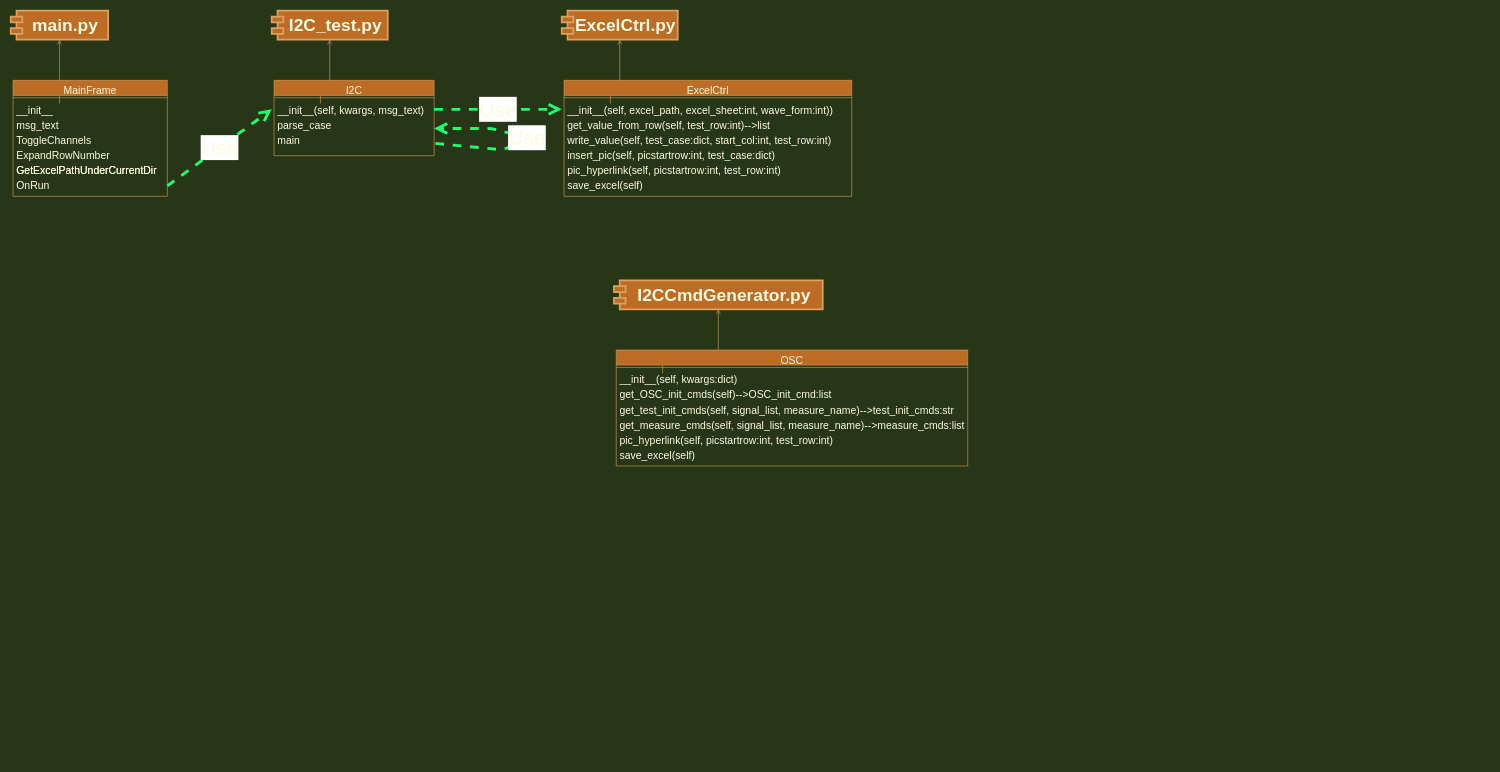
Earlier version of the draw.io diagram I2C.drawio (ld269440877/Diagram). Source tidied: cells renumbered, new cells numbered last; positions are measured from the earlier drawing's top-left corner, leaving out a move shared by most shapes. Both pictures are drawn from the tidied source at 58%, with x=0, y=0 at pixel (10, 10).
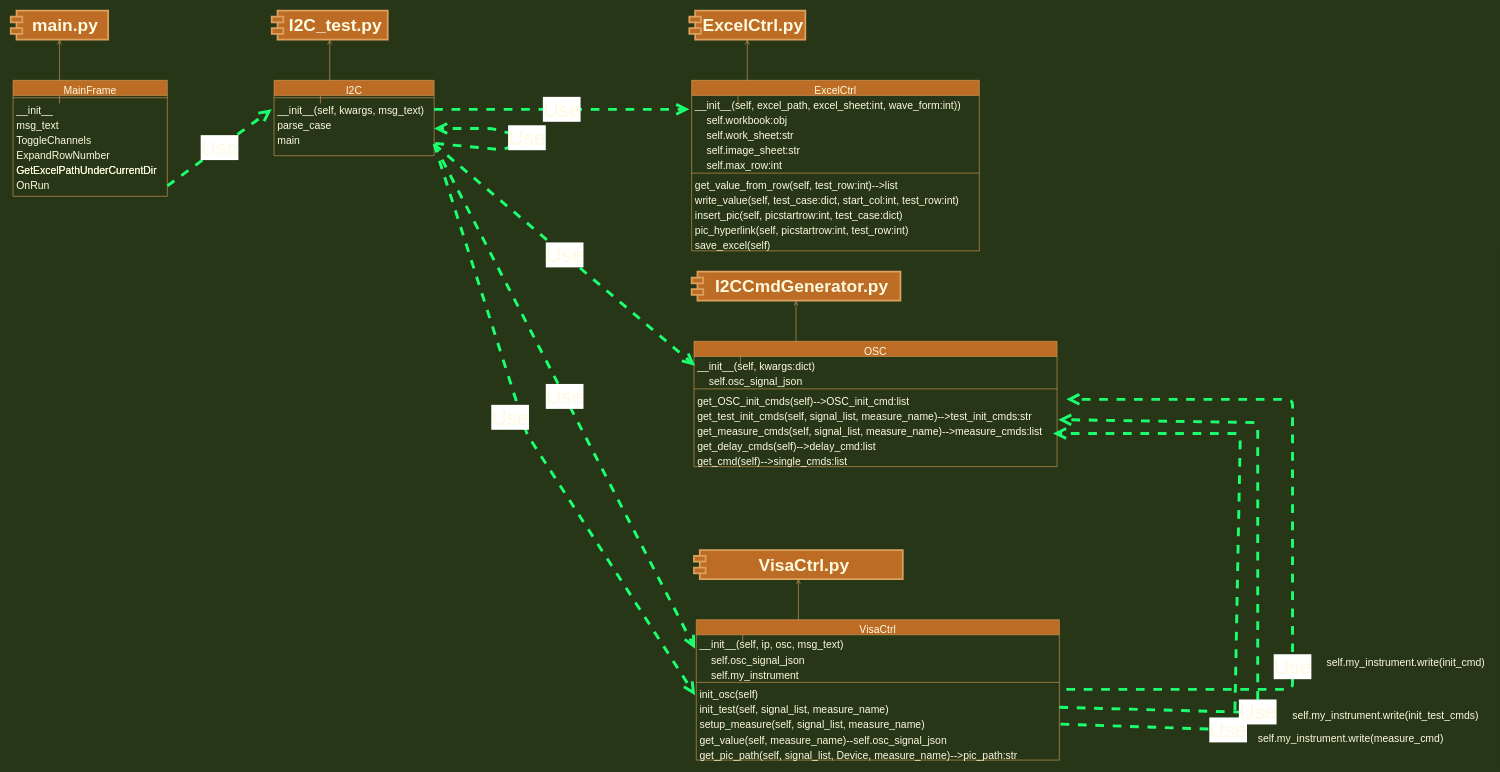
Above is the later version.

Diff of the diagram source:
```diff
@@
     <mxCell id="21" value="ExcelCtrl.py" style="shape=module;align=left;spacingLeft=20;align=center;verticalAlign=top;fillColor=#BC6C25;strokeColor=#DDA15E;fontColor=#FEFAE0;strokeWidth=3;fontStyle=1;fontSize=30;" parent="1" vertex="1">
-      <mxGeometry x="950" width="200" height="50" as="geometry" />
+      <mxGeometry x="1170" width="200" height="50" as="geometry" />
     </mxCell>
     <mxCell id="22" style="edgeStyle=orthogonalEdgeStyle;rounded=0;jettySize=auto;html=1;entryX=0.5;entryY=1;entryDx=0;entryDy=0;endArrow=open;endFill=0;labelBackgroundColor=#283618;strokeColor=#DDA15E;fontColor=#FEFAE0;" parent="1" edge="1" target="21">
       <mxGeometry relative="1" as="geometry">
-        <mxPoint x="1034" y="160" as="sourcePoint" />
+        <mxPoint x="1254" y="160" as="sourcePoint" />
         <Array as="points">
-          <mxPoint x="1034" y="130" />
+          <mxPoint x="1254" y="130" />
         </Array>
       </mxGeometry>
     </mxCell>
     <mxCell id="23" value="ExcelCtrl" style="swimlane;fontStyle=0;align=center;verticalAlign=top;horizontal=1;startSize=26;rounded=0;shadow=0;strokeWidth=1;fillColor=#BC6C25;strokeColor=#DDA15E;fontColor=#FEFAE0;fontSize=18;" parent="1" vertex="1">
-      <mxGeometry x="954" y="120" width="496" height="200" as="geometry" />
+      <mxGeometry x="1174" y="120" width="496" height="294" as="geometry" />
     </mxCell>
+    <mxCell id="25" value="__init__(self, excel_path, excel_sheet:int, wave_form:int))" style="text;align=left;verticalAlign=top;spacingLeft=4;spacingRight=4;overflow=hidden;fontStyle=0;fontColor=#FEFAE0;fontSize=18;" parent="23" vertex="1">
+      <mxGeometry y="26" width="496" height="26" as="geometry" />
+    </mxCell>
+    <mxCell id="43" value="    self.workbook:obj" style="text;align=left;verticalAlign=top;spacingLeft=4;spacingRight=4;overflow=hidden;fontStyle=0;fontColor=#FEFAE0;fontSize=18;" parent="23" vertex="1">
+      <mxGeometry y="52" width="496" height="26" as="geometry" />
+    </mxCell>
+    <mxCell id="44" value="    self.work_sheet:str" style="text;align=left;verticalAlign=top;spacingLeft=4;spacingRight=4;overflow=hidden;fontStyle=0;fontColor=#FEFAE0;fontSize=18;" parent="23" vertex="1">
+      <mxGeometry y="78" width="496" height="26" as="geometry" />
+    </mxCell>
+    <mxCell id="45" value="    self.image_sheet:str" style="text;align=left;verticalAlign=top;spacingLeft=4;spacingRight=4;overflow=hidden;fontStyle=0;fontColor=#FEFAE0;fontSize=18;" parent="23" vertex="1">
+      <mxGeometry y="104" width="496" height="26" as="geometry" />
+    </mxCell>
+    <mxCell id="46" value="    self.max_row:int" style="text;align=left;verticalAlign=top;spacingLeft=4;spacingRight=4;overflow=hidden;fontStyle=0;fontColor=#FEFAE0;fontSize=18;" parent="23" vertex="1">
+      <mxGeometry y="130" width="496" height="26" as="geometry" />
+    </mxCell>
     <mxCell id="24" style="line;html=1;strokeWidth=1;align=left;verticalAlign=middle;spacingTop=-1;spacingLeft=3;spacingRight=3;labelPosition=right;labelBackgroundColor=#283618;fillColor=#BC6C25;strokeColor=#DDA15E;fontColor=#FEFAE0;fontSize=18;" parent="23" vertex="1">
-      <mxGeometry y="26" width="496" height="8" as="geometry" />
+      <mxGeometry y="156" width="496" height="8" as="geometry" />
     </mxCell>
-    <mxCell id="25" value="__init__(self, excel_path, excel_sheet:int, wave_form:int))" style="text;align=left;verticalAlign=top;spacingLeft=4;spacingRight=4;overflow=hidden;fontStyle=0;fontColor=#FEFAE0;fontSize=18;" parent="23" vertex="1">
-      <mxGeometry y="34" width="496" height="26" as="geometry" />
-    </mxCell>
     <mxCell id="26" value="get_value_from_row(self, test_row:int)--&gt;list" style="text;align=left;verticalAlign=top;spacingLeft=4;spacingRight=4;overflow=hidden;fontColor=#FEFAE0;fontSize=18;" parent="23" vertex="1">
-      <mxGeometry y="60" width="496" height="26" as="geometry" />
+      <mxGeometry y="164" width="496" height="26" as="geometry" />
     </mxCell>
     <mxCell id="27" value="write_value(self, test_case:dict, start_col:int, test_row:int)" style="text;align=left;verticalAlign=top;spacingLeft=4;spacingRight=4;overflow=hidden;fontColor=#FEFAE0;fontSize=18;" parent="23" vertex="1">
-      <mxGeometry y="86" width="496" height="26" as="geometry" />
+      <mxGeometry y="190" width="496" height="26" as="geometry" />
     </mxCell>
     <mxCell id="28" value="insert_pic(self, picstartrow:int, test_case:dict)" style="text;align=left;verticalAlign=top;spacingLeft=4;spacingRight=4;overflow=hidden;fontColor=#FEFAE0;fontSize=18;" parent="23" vertex="1">
-      <mxGeometry y="112" width="496" height="26" as="geometry" />
+      <mxGeometry y="216" width="496" height="26" as="geometry" />
     </mxCell>
     <mxCell id="29" value="pic_hyperlink(self, picstartrow:int, test_row:int)" style="text;align=left;verticalAlign=top;spacingLeft=4;spacingRight=4;overflow=hidden;fontColor=#FEFAE0;fontSize=18;" parent="23" vertex="1">
-      <mxGeometry y="138" width="496" height="26" as="geometry" />
+      <mxGeometry y="242" width="496" height="26" as="geometry" />
     </mxCell>
     <mxCell id="30" value="save_excel(self)" style="text;align=left;verticalAlign=top;spacingLeft=4;spacingRight=4;overflow=hidden;fontColor=#FEFAE0;fontSize=18;" parent="23" vertex="1">
-      <mxGeometry y="164" width="496" height="26" as="geometry" />
+      <mxGeometry y="268" width="496" height="26" as="geometry" />
     </mxCell>
@@
     <mxCell id="32" value="Use" style="endArrow=open;endSize=12;dashed=1;html=1;fontSize=36;fontColor=#FEFAE0;strokeColor=#1CFF6F;strokeWidth=5;fillColor=#BC6C25;" parent="1" edge="1">
       <mxGeometry relative="1" as="geometry">
         <mxPoint x="730" y="170" as="sourcePoint" />
-        <mxPoint x="950" y="170" as="targetPoint" />
+        <mxPoint x="1170" y="170" as="targetPoint" />
       </mxGeometry>
     </mxCell>
     <mxCell id="33" value="I2CCmdGenerator.py" style="shape=module;align=left;spacingLeft=20;align=center;verticalAlign=top;fillColor=#BC6C25;strokeColor=#DDA15E;fontColor=#FEFAE0;strokeWidth=3;fontStyle=1;fontSize=30;" parent="1" vertex="1">
-      <mxGeometry x="1040" y="465" width="360" height="50" as="geometry" />
+      <mxGeometry x="1174" y="450" width="360" height="50" as="geometry" />
     </mxCell>
     <mxCell id="34" style="edgeStyle=orthogonalEdgeStyle;rounded=0;jettySize=auto;html=1;entryX=0.5;entryY=1;entryDx=0;entryDy=0;endArrow=open;endFill=0;labelBackgroundColor=#283618;strokeColor=#DDA15E;fontColor=#FEFAE0;" parent="1" edge="1" target="33">
       <mxGeometry relative="1" as="geometry">
-        <mxPoint x="1124" y="625" as="sourcePoint" />
+        <mxPoint x="1258" y="610" as="sourcePoint" />
         <Array as="points">
-          <mxPoint x="1124" y="595" />
+          <mxPoint x="1258" y="580" />
         </Array>
       </mxGeometry>
     </mxCell>
     <mxCell id="35" value="OSC" style="swimlane;fontStyle=0;align=center;verticalAlign=top;horizontal=1;startSize=26;rounded=0;shadow=0;strokeWidth=1;fillColor=#BC6C25;strokeColor=#DDA15E;fontColor=#FEFAE0;fontSize=18;" parent="1" vertex="1">
-      <mxGeometry x="1044" y="585" width="606" height="200" as="geometry" />
+      <mxGeometry x="1178" y="570" width="626" height="216" as="geometry" />
     </mxCell>
+    <mxCell id="37" value="__init__(self, kwargs:dict)" style="text;align=left;verticalAlign=top;spacingLeft=4;spacingRight=4;overflow=hidden;points=[[0,0.5],[1,0.5]];portConstraint=eastwest;fontStyle=0;fontColor=#FEFAE0;fontSize=18;" parent="35" vertex="1">
+      <mxGeometry y="26" width="626" height="26" as="geometry" />
+    </mxCell>
+    <mxCell id="47" value="    self.osc_signal_json" style="text;align=left;verticalAlign=top;spacingLeft=4;spacingRight=4;overflow=hidden;fontStyle=0;fontColor=#FEFAE0;fontSize=18;" parent="35" vertex="1">
+      <mxGeometry y="52" width="626" height="26" as="geometry" />
+    </mxCell>
     <mxCell id="36" style="line;html=1;strokeWidth=1;align=left;verticalAlign=middle;spacingTop=-1;spacingLeft=3;spacingRight=3;labelPosition=right;labelBackgroundColor=#283618;fillColor=#BC6C25;strokeColor=#DDA15E;fontColor=#FEFAE0;fontSize=18;" parent="35" vertex="1">
-      <mxGeometry y="26" width="606" height="8" as="geometry" />
+      <mxGeometry y="78" width="626" height="8" as="geometry" />
     </mxCell>
-    <mxCell id="37" value="__init__(self, kwargs:dict)" style="text;align=left;verticalAlign=top;spacingLeft=4;spacingRight=4;overflow=hidden;points=[[0,0.5],[1,0.5]];portConstraint=eastwest;fontStyle=0;fontColor=#FEFAE0;fontSize=18;" parent="35" vertex="1">
-      <mxGeometry y="34" width="606" height="26" as="geometry" />
-    </mxCell>
     <mxCell id="38" value="get_OSC_init_cmds(self)--&gt;OSC_init_cmd:list" style="text;align=left;verticalAlign=top;spacingLeft=4;spacingRight=4;overflow=hidden;fontColor=#FEFAE0;fontSize=18;" parent="35" vertex="1">
-      <mxGeometry y="60" width="606" height="26" as="geometry" />
+      <mxGeometry y="86" width="626" height="26" as="geometry" />
     </mxCell>
     <mxCell id="39" value="get_test_init_cmds(self, signal_list, measure_name)--&gt;test_init_cmds:str" style="text;align=left;verticalAlign=top;spacingLeft=4;spacingRight=4;overflow=hidden;fontColor=#FEFAE0;fontSize=18;" parent="35" vertex="1">
-      <mxGeometry y="86" width="606" height="26" as="geometry" />
+      <mxGeometry y="112" width="626" height="26" as="geometry" />
     </mxCell>
     <mxCell id="40" value="get_measure_cmds(self, signal_list, measure_name)--&gt;measure_cmds:list" style="text;align=left;verticalAlign=top;spacingLeft=4;spacingRight=4;overflow=hidden;fontColor=#FEFAE0;fontSize=18;" parent="35" vertex="1">
-      <mxGeometry y="112" width="606" height="26" as="geometry" />
+      <mxGeometry y="138" width="626" height="26" as="geometry" />
     </mxCell>
-    <mxCell id="41" value="pic_hyperlink(self, picstartrow:int, test_row:int)" style="text;align=left;verticalAlign=top;spacingLeft=4;spacingRight=4;overflow=hidden;points=[[0,0.5],[1,0.5]];portConstraint=eastwest;fontColor=#FEFAE0;fontSize=18;" parent="35" vertex="1">
-      <mxGeometry y="138" width="606" height="26" as="geometry" />
+    <mxCell id="41" value="get_delay_cmds(self)--&gt;delay_cmd:list" style="text;align=left;verticalAlign=top;spacingLeft=4;spacingRight=4;overflow=hidden;points=[[0,0.5],[1,0.5]];portConstraint=eastwest;fontColor=#FEFAE0;fontSize=18;" parent="35" vertex="1">
+      <mxGeometry y="164" width="626" height="26" as="geometry" />
     </mxCell>
-    <mxCell id="42" value="save_excel(self)" style="text;align=left;verticalAlign=top;spacingLeft=4;spacingRight=4;overflow=hidden;fontColor=#FEFAE0;fontSize=18;" parent="35" vertex="1">
-      <mxGeometry y="164" width="606" height="26" as="geometry" />
+    <mxCell id="42" value="get_cmd(self)--&gt;single_cmds:list" style="text;align=left;verticalAlign=top;spacingLeft=4;spacingRight=4;overflow=hidden;fontColor=#FEFAE0;fontSize=18;" parent="35" vertex="1">
+      <mxGeometry y="190" width="626" height="26" as="geometry" />
     </mxCell>
+    <mxCell id="48" value="Use" style="endArrow=open;endSize=12;dashed=1;html=1;fontSize=36;fontColor=#FEFAE0;strokeColor=#1CFF6F;strokeWidth=5;fillColor=#BC6C25;entryX=0.003;entryY=0.615;entryDx=0;entryDy=0;entryPerimeter=0;" parent="1" edge="1" target="37">
+      <mxGeometry relative="1" as="geometry">
+        <mxPoint x="730" y="230" as="sourcePoint" />
+      </mxGeometry>
+    </mxCell>
+    <mxCell id="49" value="VisaCtrl.py" style="shape=module;align=left;spacingLeft=20;align=center;verticalAlign=top;fillColor=#BC6C25;strokeColor=#DDA15E;fontColor=#FEFAE0;strokeWidth=3;fontStyle=1;fontSize=30;" parent="1" vertex="1">
+      <mxGeometry x="1178" y="930" width="360" height="50" as="geometry" />
+    </mxCell>
+    <mxCell id="50" style="edgeStyle=orthogonalEdgeStyle;rounded=0;jettySize=auto;html=1;entryX=0.5;entryY=1;entryDx=0;entryDy=0;endArrow=open;endFill=0;labelBackgroundColor=#283618;strokeColor=#DDA15E;fontColor=#FEFAE0;" parent="1" edge="1" target="49">
+      <mxGeometry relative="1" as="geometry">
+        <mxPoint x="1262" y="1090" as="sourcePoint" />
+        <Array as="points">
+          <mxPoint x="1262" y="1060" />
+        </Array>
+      </mxGeometry>
+    </mxCell>
+    <mxCell id="51" value="VisaCtrl" style="swimlane;fontStyle=0;align=center;verticalAlign=top;horizontal=1;startSize=26;rounded=0;shadow=0;strokeWidth=1;fillColor=#BC6C25;strokeColor=#DDA15E;fontColor=#FEFAE0;fontSize=18;" parent="1" vertex="1">
+      <mxGeometry x="1182" y="1050" width="626" height="242" as="geometry" />
+    </mxCell>
+    <mxCell id="52" value="__init__(self, ip, osc, msg_text)&#10;" style="text;align=left;verticalAlign=top;spacingLeft=4;spacingRight=4;overflow=hidden;fontStyle=0;fontColor=#FEFAE0;fontSize=18;" parent="51" vertex="1">
+      <mxGeometry y="26" width="626" height="26" as="geometry" />
+    </mxCell>
+    <mxCell id="53" value="    self.osc_signal_json&#10;" style="text;align=left;verticalAlign=top;spacingLeft=4;spacingRight=4;overflow=hidden;fontStyle=0;fontColor=#FEFAE0;fontSize=18;" parent="51" vertex="1">
+      <mxGeometry y="52" width="626" height="26" as="geometry" />
+    </mxCell>
+    <mxCell id="54" value="    self.my_instrument" style="text;align=left;verticalAlign=top;spacingLeft=4;spacingRight=4;overflow=hidden;fontStyle=0;fontColor=#FEFAE0;fontSize=18;" parent="51" vertex="1">
+      <mxGeometry y="78" width="626" height="26" as="geometry" />
+    </mxCell>
+    <mxCell id="55" style="line;html=1;strokeWidth=1;align=left;verticalAlign=middle;spacingTop=-1;spacingLeft=3;spacingRight=3;labelPosition=right;labelBackgroundColor=#283618;fillColor=#BC6C25;strokeColor=#DDA15E;fontColor=#FEFAE0;fontSize=18;" parent="51" vertex="1">
+      <mxGeometry y="104" width="626" height="8" as="geometry" />
+    </mxCell>
+    <mxCell id="56" value="init_osc(self)" style="text;align=left;verticalAlign=top;spacingLeft=4;spacingRight=4;overflow=hidden;fontColor=#FEFAE0;fontSize=18;" parent="51" vertex="1">
+      <mxGeometry y="112" width="626" height="26" as="geometry" />
+    </mxCell>
+    <mxCell id="57" value="init_test(self, signal_list, measure_name)" style="text;align=left;verticalAlign=top;spacingLeft=4;spacingRight=4;overflow=hidden;points=[[0,0.5],[1,0.5]];portConstraint=eastwest;fontColor=#FEFAE0;fontSize=18;" parent="51" vertex="1">
+      <mxGeometry y="138" width="626" height="26" as="geometry" />
+    </mxCell>
+    <mxCell id="58" value="setup_measure(self, signal_list, measure_name)" style="text;align=left;verticalAlign=top;spacingLeft=4;spacingRight=4;overflow=hidden;fontColor=#FEFAE0;fontSize=18;" parent="51" vertex="1">
+      <mxGeometry y="164" width="626" height="26" as="geometry" />
+    </mxCell>
+    <mxCell id="59" value="get_value(self, measure_name)--self.osc_signal_json" style="text;align=left;verticalAlign=top;spacingLeft=4;spacingRight=4;overflow=hidden;fontColor=#FEFAE0;fontSize=18;" parent="51" vertex="1">
+      <mxGeometry y="190" width="626" height="26" as="geometry" />
+    </mxCell>
+    <mxCell id="60" value="get_pic_path(self, signal_list, Device, measure_name)--&gt;pic_path:str" style="text;align=left;verticalAlign=top;spacingLeft=4;spacingRight=4;overflow=hidden;fontColor=#FEFAE0;fontSize=18;" parent="51" vertex="1">
+      <mxGeometry y="216" width="626" height="26" as="geometry" />
+    </mxCell>
+    <mxCell id="61" value="Use" style="endArrow=open;endSize=12;dashed=1;html=1;fontSize=36;fontColor=#FEFAE0;strokeColor=#1CFF6F;strokeWidth=5;fillColor=#BC6C25;" parent="1" edge="1">
+      <mxGeometry x="-0.33" relative="1" as="geometry">
+        <mxPoint x="1820" y="1170" as="sourcePoint" />
+        <mxPoint x="1820" y="670" as="targetPoint" />
+        <Array as="points">
+          <mxPoint x="2210" y="1170" />
+          <mxPoint x="2210" y="670" />
+        </Array>
+      </mxGeometry>
+    </mxCell>
+    <mxCell id="62" value="self.my_instrument.write(init_cmd)" style="text;html=1;align=center;verticalAlign=middle;strokeColor=none;fillColor=none;fontSize=18;fontColor=#FEFAE0;" parent="1" vertex="1">
+      <mxGeometry x="2260" y="1110" width="290" height="30" as="geometry" />
+    </mxCell>
+    <mxCell id="63" value="Use" style="endArrow=open;endSize=12;dashed=1;html=1;fontSize=36;fontColor=#FEFAE0;strokeColor=#1CFF6F;strokeWidth=5;fillColor=#BC6C25;exitX=1;exitY=0.5;exitDx=0;exitDy=0;" parent="1" edge="1" source="57">
+      <mxGeometry x="-0.42" relative="1" as="geometry">
+        <mxPoint x="1806" y="705" as="targetPoint" />
+        <Array as="points">
+          <mxPoint x="2150" y="1210" />
+          <mxPoint x="2150" y="930" />
+          <mxPoint x="2150" y="710" />
+        </Array>
+        <mxPoint y="1" as="offset" />
+      </mxGeometry>
+    </mxCell>
+    <mxCell id="64" value="self.my_instrument.write(init_test_cmds)" style="text;html=1;align=center;verticalAlign=middle;strokeColor=none;fillColor=none;fontSize=18;fontColor=#FEFAE0;" parent="1" vertex="1">
+      <mxGeometry x="2200" y="1200" width="340" height="30" as="geometry" />
+    </mxCell>
+    <mxCell id="65" value="Use" style="endArrow=open;endSize=12;dashed=1;html=1;fontSize=36;fontColor=#FEFAE0;strokeColor=#1CFF6F;strokeWidth=5;fillColor=#BC6C25;entryX=0.989;entryY=-0.201;entryDx=0;entryDy=0;entryPerimeter=0;" parent="1" edge="1" target="41">
+      <mxGeometry x="-0.49" relative="1" as="geometry">
+        <mxPoint x="1810" y="1230" as="sourcePoint" />
+        <Array as="points">
+          <mxPoint x="2110" y="1240" />
+          <mxPoint x="2120" y="729" />
+        </Array>
+      </mxGeometry>
+    </mxCell>
+    <mxCell id="66" value="self.my_instrument.write(measure_cmd)" style="text;html=1;align=center;verticalAlign=middle;strokeColor=none;fillColor=none;fontSize=18;fontColor=#FEFAE0;" parent="1" vertex="1">
+      <mxGeometry x="2140" y="1240" width="340" height="30" as="geometry" />
+    </mxCell>
+    <mxCell id="67" value="Use" style="endArrow=open;endSize=12;dashed=1;html=1;fontSize=36;fontColor=#FEFAE0;strokeColor=#1CFF6F;strokeWidth=5;fillColor=#BC6C25;" parent="1" edge="1">
+      <mxGeometry relative="1" as="geometry">
+        <mxPoint x="730" y="230" as="sourcePoint" />
+        <mxPoint x="1180" y="1100" as="targetPoint" />
+      </mxGeometry>
+    </mxCell>
+    <mxCell id="68" value="Use" style="endArrow=open;endSize=12;dashed=1;html=1;fontSize=36;fontColor=#FEFAE0;strokeColor=#1CFF6F;strokeWidth=5;fillColor=#BC6C25;" parent="1" edge="1">
+      <mxGeometry x="-0.08" y="-19" relative="1" as="geometry">
+        <mxPoint x="730" y="230" as="sourcePoint" />
+        <mxPoint x="1180" y="1180" as="targetPoint" />
+        <Array as="points">
+          <mxPoint x="890" y="730" />
+        </Array>
+      </mxGeometry>
+    </mxCell>
```
